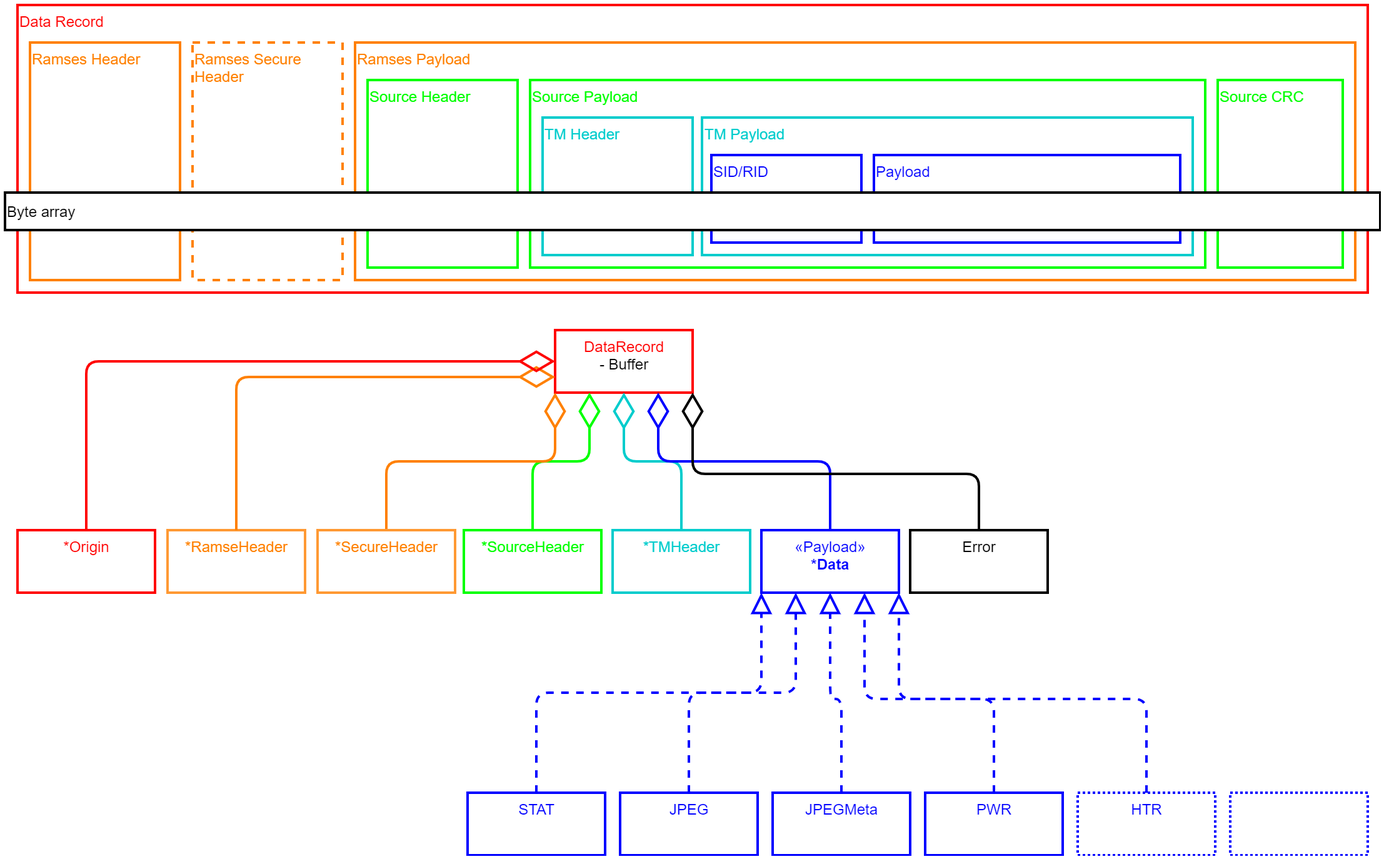
Above: docs/MatsDataStructure.png in innosat-mats/rac-extrac-payload (draw.io), before the change. Source tidied: cells renumbered, new cells last; positions are measured from the earlier drawing's top-left corner, leaving out a move shared by most shapes.
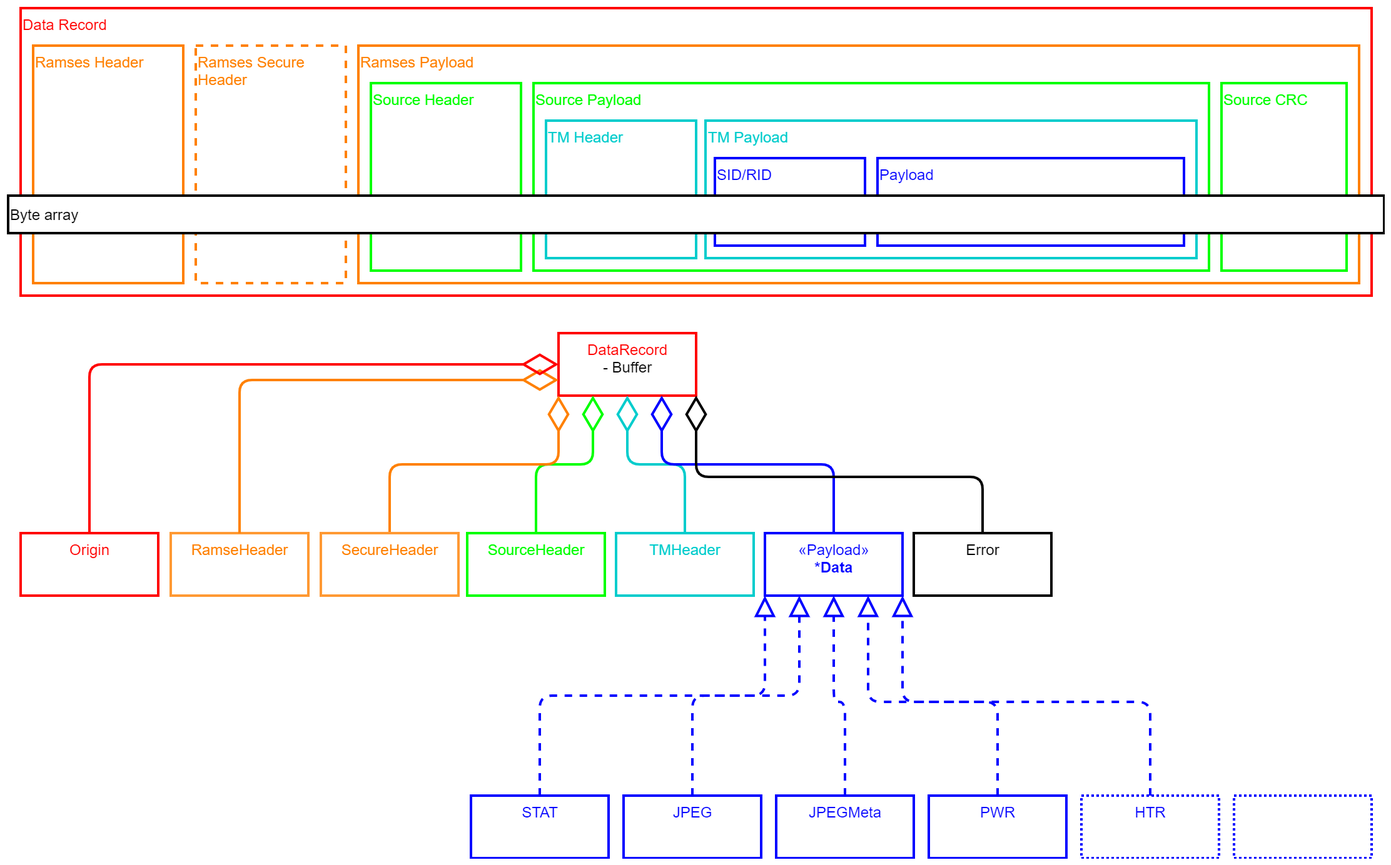
Later version of the same file.

Change to the diagram source:
```diff
@@ -44,19 +44,19 @@
     <mxCell id="15" value="DataRecord&lt;br&gt;&lt;font color=&quot;#000000&quot;&gt;- Buffer&lt;/font&gt;" style="html=1;strokeColor=#FF0000;strokeWidth=2;fontColor=#FF0000;align=center;rounded=0;verticalAlign=top;" parent="1" vertex="1">
       <mxGeometry x="440" y="260" width="110" height="50" as="geometry" />
     </mxCell>
-    <mxCell id="16" value="*RamseHeader" style="html=1;strokeColor=#FF9933;strokeWidth=2;fontColor=#FF8000;align=center;rounded=0;verticalAlign=top;" parent="1" vertex="1">
+    <mxCell id="16" value="RamseHeader" style="html=1;strokeColor=#FF9933;strokeWidth=2;fontColor=#FF8000;align=center;rounded=0;verticalAlign=top;" parent="1" vertex="1">
       <mxGeometry x="130" y="420" width="110" height="50" as="geometry" />
     </mxCell>
     <mxCell id="17" style="endArrow=diamondThin;endFill=0;endSize=24;html=1;strokeWidth=2;fontColor=#000000;exitX=0.5;exitY=0;exitDx=0;exitDy=0;align=center;edgeStyle=orthogonalEdgeStyle;strokeColor=#FF8000;entryX=0;entryY=0.75;entryDx=0;entryDy=0;" parent="1" edge="1" source="16" target="15">
       <mxGeometry relative="1" as="geometry" />
     </mxCell>
-    <mxCell id="18" value="*SourceHeader" style="html=1;strokeColor=#00FF00;strokeWidth=2;fontColor=#00FF00;align=center;rounded=0;verticalAlign=top;" parent="1" vertex="1">
+    <mxCell id="18" value="SourceHeader" style="html=1;strokeColor=#00FF00;strokeWidth=2;fontColor=#00FF00;align=center;rounded=0;verticalAlign=top;" parent="1" vertex="1">
       <mxGeometry x="367" y="420" width="110" height="50" as="geometry" />
     </mxCell>
     <mxCell id="19" style="endArrow=diamondThin;endFill=0;endSize=24;html=1;strokeWidth=2;fontColor=#00FF00;exitX=0.5;exitY=0;exitDx=0;exitDy=0;align=center;edgeStyle=orthogonalEdgeStyle;entryX=0.25;entryY=1;entryDx=0;entryDy=0;strokeColor=#00FF00;" parent="1" edge="1" source="18" target="15">
       <mxGeometry relative="1" as="geometry" />
     </mxCell>
-    <mxCell id="20" value="*TMHeader" style="html=1;strokeColor=#00CCCC;strokeWidth=2;fontColor=#00CCCC;align=center;rounded=0;verticalAlign=top;" parent="1" vertex="1">
+    <mxCell id="20" value="TMHeader" style="html=1;strokeColor=#00CCCC;strokeWidth=2;fontColor=#00CCCC;align=center;rounded=0;verticalAlign=top;" parent="1" vertex="1">
       <mxGeometry x="486" y="420" width="110" height="50" as="geometry" />
     </mxCell>
     <mxCell id="21" style="endArrow=diamondThin;endFill=0;endSize=24;html=1;strokeWidth=2;fontColor=#00CCCC;exitX=0.5;exitY=0;exitDx=0;exitDy=0;align=center;edgeStyle=orthogonalEdgeStyle;entryX=0.5;entryY=1;entryDx=0;entryDy=0;strokeColor=#00CCCC;" parent="1" edge="1" source="20" target="15">
@@ -80,7 +80,7 @@
     <mxCell id="27" style="endArrow=diamondThin;endFill=0;endSize=24;html=1;strokeWidth=2;fontColor=#000000;exitX=0.5;exitY=0;exitDx=0;exitDy=0;align=center;edgeStyle=orthogonalEdgeStyle;strokeColor=#FF8000;entryX=0;entryY=1;entryDx=0;entryDy=0;" parent="1" edge="1" source="28" target="15">
       <mxGeometry relative="1" as="geometry" />
     </mxCell>
-    <mxCell id="28" value="*SecureHeader" style="html=1;strokeColor=#FF9933;strokeWidth=2;fontColor=#FF8000;align=center;rounded=0;verticalAlign=top;" parent="1" vertex="1">
+    <mxCell id="28" value="SecureHeader" style="html=1;strokeColor=#FF9933;strokeWidth=2;fontColor=#FF8000;align=center;rounded=0;verticalAlign=top;" parent="1" vertex="1">
       <mxGeometry x="250" y="420" width="110" height="50" as="geometry" />
     </mxCell>
     <mxCell id="29" style="edgeStyle=orthogonalEdgeStyle;rounded=1;jettySize=auto;html=1;exitX=0.5;exitY=0;exitDx=0;exitDy=0;entryX=1;entryY=1;entryDx=0;entryDy=0;strokeColor=#000000;strokeWidth=2;fontColor=#000000;align=center;endFill=0;endArrow=diamondThin;endSize=24;" parent="1" edge="1" source="30" target="15">
@@ -113,7 +113,7 @@
     <mxCell id="38" value="HTR" style="html=1;strokeColor=#0000FF;strokeWidth=2;fontColor=#0000FF;align=center;rounded=0;verticalAlign=top;dashed=1;dashPattern=1 1;" parent="1" vertex="1">
       <mxGeometry x="858" y="630" width="110" height="50" as="geometry" />
     </mxCell>
-    <mxCell id="39" value="*Origin" style="html=1;strokeColor=#FF0000;strokeWidth=2;fontColor=#FF0000;align=center;rounded=0;verticalAlign=top;" parent="1" vertex="1">
+    <mxCell id="39" value="Origin" style="html=1;strokeColor=#FF0000;strokeWidth=2;fontColor=#FF0000;align=center;rounded=0;verticalAlign=top;" parent="1" vertex="1">
       <mxGeometry x="10" y="420" width="110" height="50" as="geometry" />
     </mxCell>
     <mxCell id="40" style="html=1;strokeWidth=2;fontColor=#000000;exitX=0.5;exitY=0;exitDx=0;exitDy=0;align=center;edgeStyle=orthogonalEdgeStyle;entryX=0;entryY=0.5;entryDx=0;entryDy=0;strokeColor=#FF0000;rounded=1;fontSize=11;verticalAlign=middle;endFill=0;endArrow=diamondThin;endSize=24;" parent="1" edge="1" source="39" target="15">
```
